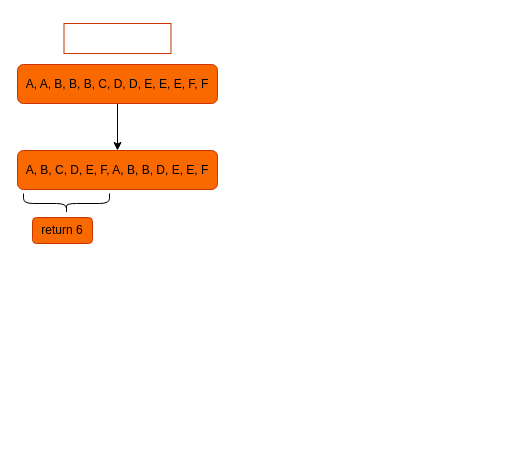
meshik/naive-vs-optimal keeps this draw.io diagram as remove_dup_sorted_array/main.drawio. Above is the earlier version. Source tidied: cells renumbered, new cells numbered last; positions are measured from the earlier drawing's top-left corner, leaving out a move shared by most shapes. Both pictures are drawn from the tidied source at 100%, with x=0, y=0 at pixel (17, 23).
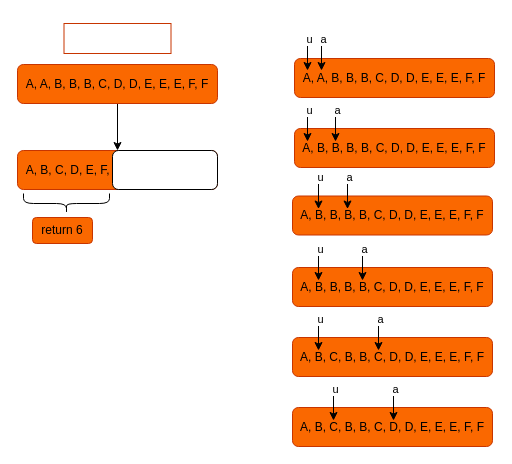
After the change.

Commit message (it also covers changes not shown here):
diagram solution, comments

Diff of the diagram source:
```diff
@@
+    <mxCell id="8" style="whiteSpace=wrap;html=1;rounded=1;shadow=0;glass=0;" parent="1" vertex="1">
+      <mxGeometry x="95" y="127" width="105" height="39" as="geometry" />
+    </mxCell>
+    <mxCell id="9" value="A, A, B, B, B, C, D, D, E, E, E, F, F" style="whiteSpace=wrap;html=1;fillColor=#fa6800;fontColor=#000000;strokeColor=#C73500;rounded=1;shadow=0;glass=0;" parent="1" vertex="1">
+      <mxGeometry x="277" y="35" width="200" height="39" as="geometry" />
+    </mxCell>
+    <mxCell id="10" style="edgeStyle=none;html=1;" parent="1" edge="1">
+      <mxGeometry relative="1" as="geometry">
+        <mxPoint x="290" y="10" as="sourcePoint" />
+        <mxPoint x="290" y="47" as="targetPoint" />
+      </mxGeometry>
+    </mxCell>
+    <mxCell id="11" value="u" style="edgeLabel;html=1;align=center;verticalAlign=middle;" parent="10" vertex="1">
+      <mxGeometry x="-0.52" y="1" relative="1" as="geometry">
+        <mxPoint y="-4" as="offset" />
+      </mxGeometry>
+    </mxCell>
+    <mxCell id="12" style="edgeStyle=none;html=1;" parent="1" edge="1">
+      <mxGeometry relative="1" as="geometry">
+        <mxPoint x="304" y="10" as="sourcePoint" />
+        <mxPoint x="304" y="47" as="targetPoint" />
+      </mxGeometry>
+    </mxCell>
+    <mxCell id="13" value="a" style="edgeLabel;html=1;align=center;verticalAlign=middle;" parent="12" vertex="1">
+      <mxGeometry x="-0.72" y="1" relative="1" as="geometry" />
+    </mxCell>
+    <mxCell id="14" value="A, B, B, B, B, C, D, D, E, E, E, F, F" style="whiteSpace=wrap;html=1;fillColor=#fa6800;fontColor=#000000;strokeColor=#C73500;rounded=1;shadow=0;glass=0;" parent="1" vertex="1">
+      <mxGeometry x="277" y="105" width="200" height="39" as="geometry" />
+    </mxCell>
+    <mxCell id="15" style="edgeStyle=none;html=1;" parent="1" edge="1">
+      <mxGeometry relative="1" as="geometry">
+        <mxPoint x="290" y="81" as="sourcePoint" />
+        <mxPoint x="290" y="118" as="targetPoint" />
+      </mxGeometry>
+    </mxCell>
+    <mxCell id="16" value="u" style="edgeLabel;html=1;align=center;verticalAlign=middle;" parent="15" vertex="1">
+      <mxGeometry x="-0.52" y="1" relative="1" as="geometry">
+        <mxPoint y="-4" as="offset" />
+      </mxGeometry>
+    </mxCell>
+    <mxCell id="17" style="edgeStyle=none;html=1;" parent="1" edge="1">
+      <mxGeometry relative="1" as="geometry">
+        <mxPoint x="318" y="81" as="sourcePoint" />
+        <mxPoint x="318" y="118" as="targetPoint" />
+      </mxGeometry>
+    </mxCell>
+    <mxCell id="18" value="a" style="edgeLabel;html=1;align=center;verticalAlign=middle;" parent="17" vertex="1">
+      <mxGeometry x="-0.72" y="1" relative="1" as="geometry" />
+    </mxCell>
+    <mxCell id="19" value="A, B, B, B, B, C, D, D, E, E, E, F, F" style="whiteSpace=wrap;html=1;fillColor=#fa6800;fontColor=#000000;strokeColor=#C73500;rounded=1;shadow=0;glass=0;" parent="1" vertex="1">
+      <mxGeometry x="275" y="172.5" width="200" height="39" as="geometry" />
+    </mxCell>
+    <mxCell id="20" style="edgeStyle=none;html=1;" parent="1" edge="1">
+      <mxGeometry relative="1" as="geometry">
+        <mxPoint x="301" y="148.5" as="sourcePoint" />
+        <mxPoint x="301" y="185.5" as="targetPoint" />
+      </mxGeometry>
+    </mxCell>
+    <mxCell id="21" value="u" style="edgeLabel;html=1;align=center;verticalAlign=middle;" parent="20" vertex="1">
+      <mxGeometry x="-0.52" y="1" relative="1" as="geometry">
+        <mxPoint y="-4" as="offset" />
+      </mxGeometry>
+    </mxCell>
+    <mxCell id="22" style="edgeStyle=none;html=1;" parent="1" edge="1">
+      <mxGeometry relative="1" as="geometry">
+        <mxPoint x="330" y="148.5" as="sourcePoint" />
+        <mxPoint x="330" y="185.5" as="targetPoint" />
+      </mxGeometry>
+    </mxCell>
+    <mxCell id="23" value="a" style="edgeLabel;html=1;align=center;verticalAlign=middle;" parent="22" vertex="1">
+      <mxGeometry x="-0.72" y="1" relative="1" as="geometry" />
+    </mxCell>
+    <mxCell id="24" value="A, B, B, B, B, C, D, D, E, E, E, F, F" style="whiteSpace=wrap;html=1;fillColor=#fa6800;fontColor=#000000;strokeColor=#C73500;rounded=1;shadow=0;glass=0;" parent="1" vertex="1">
+      <mxGeometry x="275" y="244" width="200" height="39" as="geometry" />
+    </mxCell>
+    <mxCell id="25" style="edgeStyle=none;html=1;" parent="1" edge="1">
+      <mxGeometry relative="1" as="geometry">
+        <mxPoint x="301" y="220" as="sourcePoint" />
+        <mxPoint x="301" y="257" as="targetPoint" />
+      </mxGeometry>
+    </mxCell>
+    <mxCell id="26" value="u" style="edgeLabel;html=1;align=center;verticalAlign=middle;" parent="25" vertex="1">
+      <mxGeometry x="-0.52" y="1" relative="1" as="geometry">
+        <mxPoint y="-4" as="offset" />
+      </mxGeometry>
+    </mxCell>
+    <mxCell id="27" style="edgeStyle=none;html=1;" parent="1" edge="1">
+      <mxGeometry relative="1" as="geometry">
+        <mxPoint x="345" y="220" as="sourcePoint" />
+        <mxPoint x="345" y="257" as="targetPoint" />
+      </mxGeometry>
+    </mxCell>
+    <mxCell id="28" value="a" style="edgeLabel;html=1;align=center;verticalAlign=middle;" parent="27" vertex="1">
+      <mxGeometry x="-0.72" y="1" relative="1" as="geometry" />
+    </mxCell>
+    <mxCell id="29" value="A, B, C, B, B, C, D, D, E, E, E, F, F" style="whiteSpace=wrap;html=1;fillColor=#fa6800;fontColor=#000000;strokeColor=#C73500;rounded=1;shadow=0;glass=0;" parent="1" vertex="1">
+      <mxGeometry x="275" y="314" width="200" height="39" as="geometry" />
+    </mxCell>
+    <mxCell id="30" style="edgeStyle=none;html=1;" parent="1" edge="1">
+      <mxGeometry relative="1" as="geometry">
+        <mxPoint x="301" y="290" as="sourcePoint" />
+        <mxPoint x="301" y="327" as="targetPoint" />
+      </mxGeometry>
+    </mxCell>
+    <mxCell id="31" value="u" style="edgeLabel;html=1;align=center;verticalAlign=middle;" parent="30" vertex="1">
+      <mxGeometry x="-0.52" y="1" relative="1" as="geometry">
+        <mxPoint y="-4" as="offset" />
+      </mxGeometry>
+    </mxCell>
+    <mxCell id="32" style="edgeStyle=none;html=1;" parent="1" edge="1">
+      <mxGeometry relative="1" as="geometry">
+        <mxPoint x="361" y="290" as="sourcePoint" />
+        <mxPoint x="361" y="327" as="targetPoint" />
+      </mxGeometry>
+    </mxCell>
+    <mxCell id="33" value="a" style="edgeLabel;html=1;align=center;verticalAlign=middle;" parent="32" vertex="1">
+      <mxGeometry x="-0.72" y="1" relative="1" as="geometry" />
+    </mxCell>
+    <mxCell id="34" value="A, B, C, B, B, C, D, D, E, E, E, F, F" style="whiteSpace=wrap;html=1;fillColor=#fa6800;fontColor=#000000;strokeColor=#C73500;rounded=1;shadow=0;glass=0;" parent="1" vertex="1">
+      <mxGeometry x="275" y="384" width="200" height="39" as="geometry" />
+    </mxCell>
+    <mxCell id="35" style="edgeStyle=none;html=1;" parent="1" edge="1">
+      <mxGeometry relative="1" as="geometry">
+        <mxPoint x="316" y="360" as="sourcePoint" />
+        <mxPoint x="316" y="397" as="targetPoint" />
+      </mxGeometry>
+    </mxCell>
+    <mxCell id="36" value="u" style="edgeLabel;html=1;align=center;verticalAlign=middle;" parent="35" vertex="1">
+      <mxGeometry x="-0.52" y="1" relative="1" as="geometry">
+        <mxPoint y="-4" as="offset" />
+      </mxGeometry>
+    </mxCell>
+    <mxCell id="37" style="edgeStyle=none;html=1;" parent="1" edge="1">
+      <mxGeometry relative="1" as="geometry">
+        <mxPoint x="376" y="360" as="sourcePoint" />
+        <mxPoint x="376" y="397" as="targetPoint" />
+      </mxGeometry>
+    </mxCell>
+    <mxCell id="38" value="a" style="edgeLabel;html=1;align=center;verticalAlign=middle;" parent="37" vertex="1">
+      <mxGeometry x="-0.72" y="1" relative="1" as="geometry" />
+    </mxCell>
```
